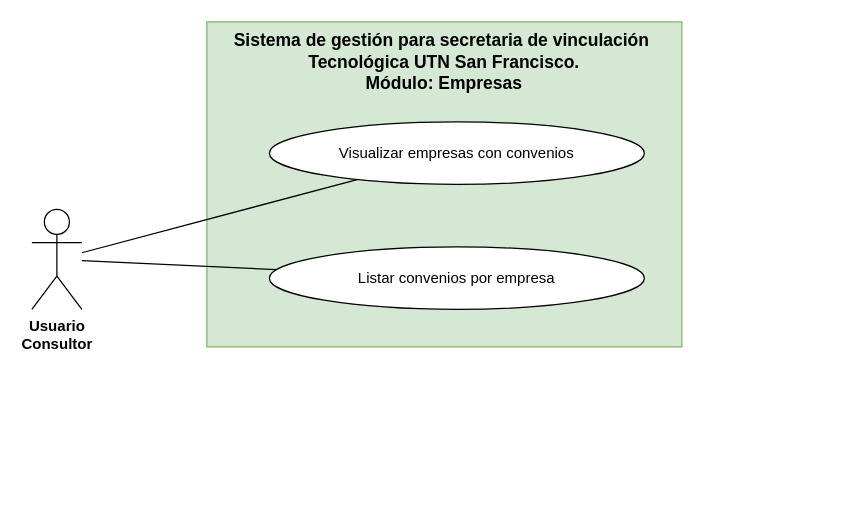
This is page "02 - Empresas" (2 of 6) of docs/Diagrama Casos de Uso.drawio from FacundoZin/ConveniosUTNSanFrancisco, a draw.io file, before an edit. Source tidied: cells renumbered, new cells numbered last; positions are measured from the earlier drawing's top-left corner, leaving out a move shared by most shapes. Both pictures are drawn from the tidied source at 125%, with x=0, y=0 at pixel (31, 21).
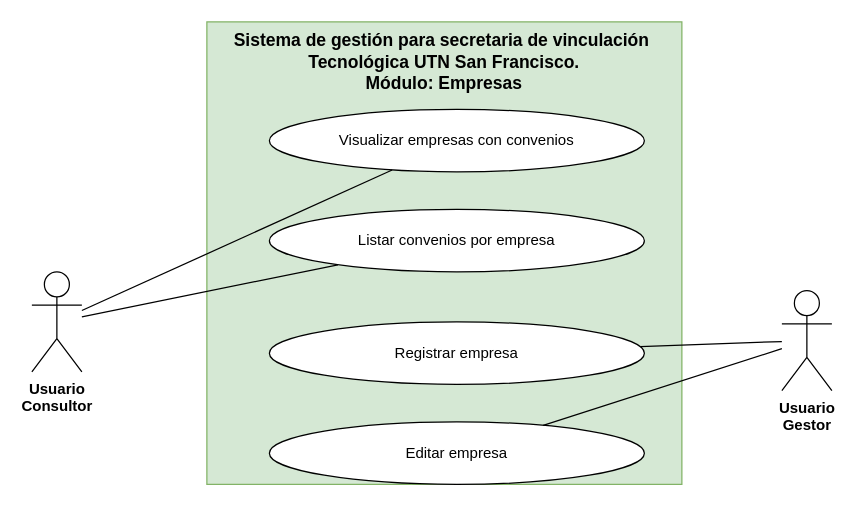
The same diagram, later.

Commit message (it also covers changes not shown here):
feat(modulo de empresas): añadimos boton para crear una empresa directamente desde el modulo de empresas y botones para editar las mismas

The edit, as a diff of the source:
```diff
@@
 <mxGraphModel>
   <root>
     <mxCell id="0" />
     <mxCell id="1" parent="0" />
     <mxCell id="2" value="Sistema de gestión para secretaria de vinculación&amp;nbsp; Tecnológica UTN San Francisco.&lt;div&gt;Módulo: Empresas&lt;/div&gt;" style="rounded=0;whiteSpace=wrap;html=1;fillColor=#d5e8d4;strokeColor=#82b366;fontSize=14;fontStyle=1;verticalAlign=top;align=center;" parent="1" vertex="1">
-      <mxGeometry x="140" width="380" height="260" as="geometry" />
+      <mxGeometry x="140" width="380" height="370" as="geometry" />
     </mxCell>
     <mxCell id="3" value="Usuario&#10;Consultor" style="shape=umlActor;verticalLabelPosition=bottom;labelBackgroundColor=#ffffff;verticalAlign=top;html=1;outlineConnect=0;fontSize=12;fontStyle=1;" parent="1" vertex="1">
-      <mxGeometry y="150" width="40" height="80" as="geometry" />
+      <mxGeometry y="200" width="40" height="80" as="geometry" />
     </mxCell>
+    <mxCell id="8" value="Usuario&#10;Gestor" style="shape=umlActor;verticalLabelPosition=bottom;labelBackgroundColor=#ffffff;verticalAlign=top;html=1;outlineConnect=0;fontSize=12;fontStyle=1;" parent="1" vertex="1">
+      <mxGeometry x="600" y="215" width="40" height="80" as="geometry" />
+    </mxCell>
     <mxCell id="4" value="Visualizar empresas con convenios" style="ellipse;whiteSpace=wrap;html=1;fontSize=12;" parent="1" vertex="1">
-      <mxGeometry x="190" y="80" width="300" height="50" as="geometry" />
+      <mxGeometry x="190" y="70" width="300" height="50" as="geometry" />
     </mxCell>
     <mxCell id="5" value="Listar convenios por empresa" style="ellipse;whiteSpace=wrap;html=1;fontSize=12;" parent="1" vertex="1">
-      <mxGeometry x="190" y="180" width="300" height="50" as="geometry" />
+      <mxGeometry x="190" y="150" width="300" height="50" as="geometry" />
     </mxCell>
+    <mxCell id="9" value="Registrar empresa" style="ellipse;whiteSpace=wrap;html=1;fontSize=12;" parent="1" vertex="1">
+      <mxGeometry x="190" y="240" width="300" height="50" as="geometry" />
+    </mxCell>
+    <mxCell id="10" value="Editar empresa" style="ellipse;whiteSpace=wrap;html=1;fontSize=12;" parent="1" vertex="1">
+      <mxGeometry x="190" y="320" width="300" height="50" as="geometry" />
+    </mxCell>
     <mxCell id="6" style="endArrow=none;html=1;" parent="1" edge="1" source="3" target="4">
       <mxGeometry relative="1" as="geometry" />
     </mxCell>
     <mxCell id="7" style="endArrow=none;html=1;" parent="1" edge="1" source="3" target="5">
       <mxGeometry relative="1" as="geometry" />
     </mxCell>
+    <mxCell id="11" style="endArrow=none;html=1;" parent="1" edge="1" source="8" target="9">
+      <mxGeometry relative="1" as="geometry" />
+    </mxCell>
+    <mxCell id="12" style="endArrow=none;html=1;" parent="1" edge="1" source="8" target="10">
+      <mxGeometry relative="1" as="geometry" />
+    </mxCell>
   </root>
 </mxGraphModel>
```
